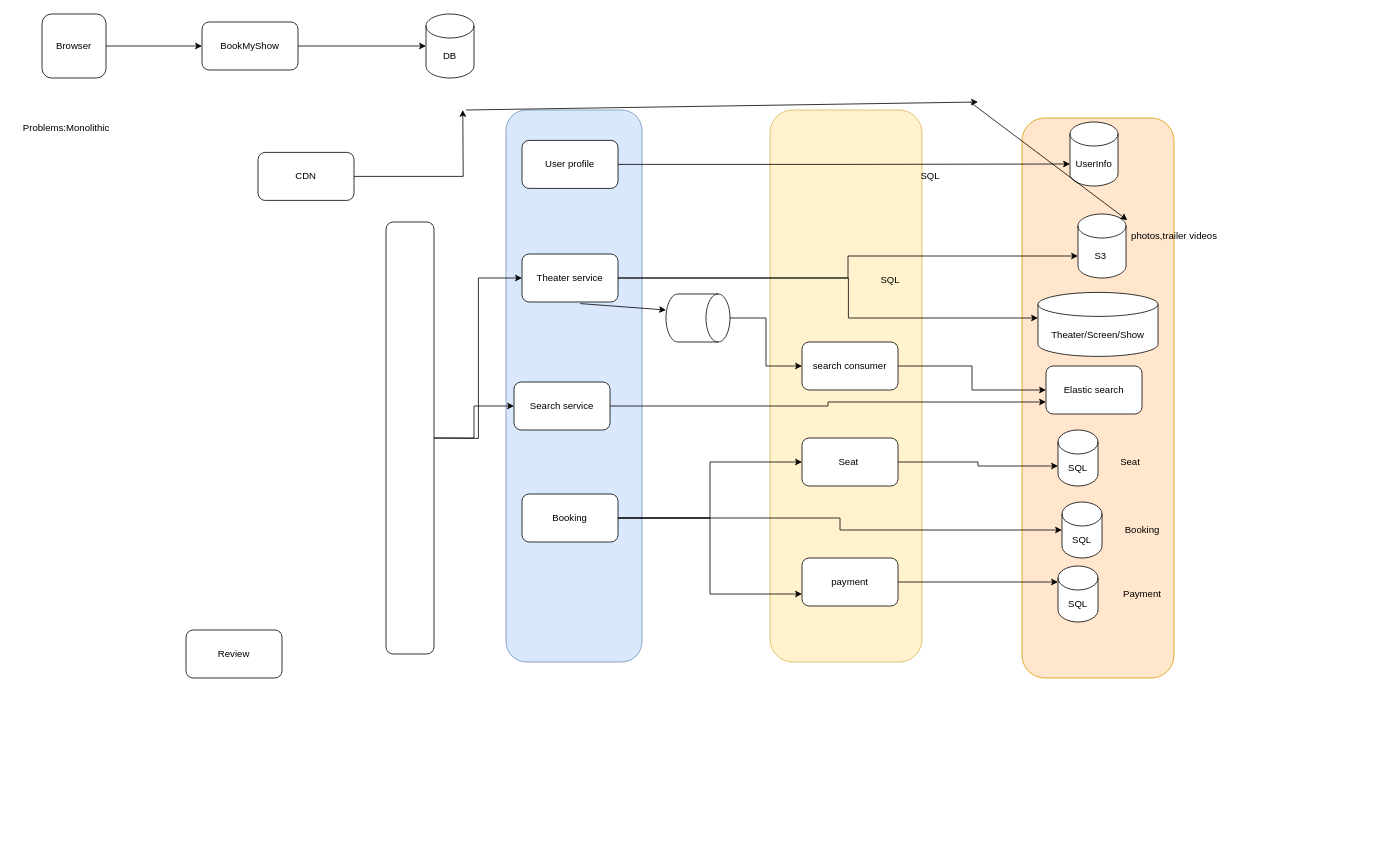
Before: bookmyshow/TicketMaster.drawio in vemarajusaikrishna/hld, a draw.io diagram. Source tidied: cells renumbered, new cells numbered last; positions are measured from the earlier drawing's top-left corner, leaving out a move shared by most shapes. Both pictures are drawn from the tidied source at 80%, with x=0, y=0 at pixel (14, 14).
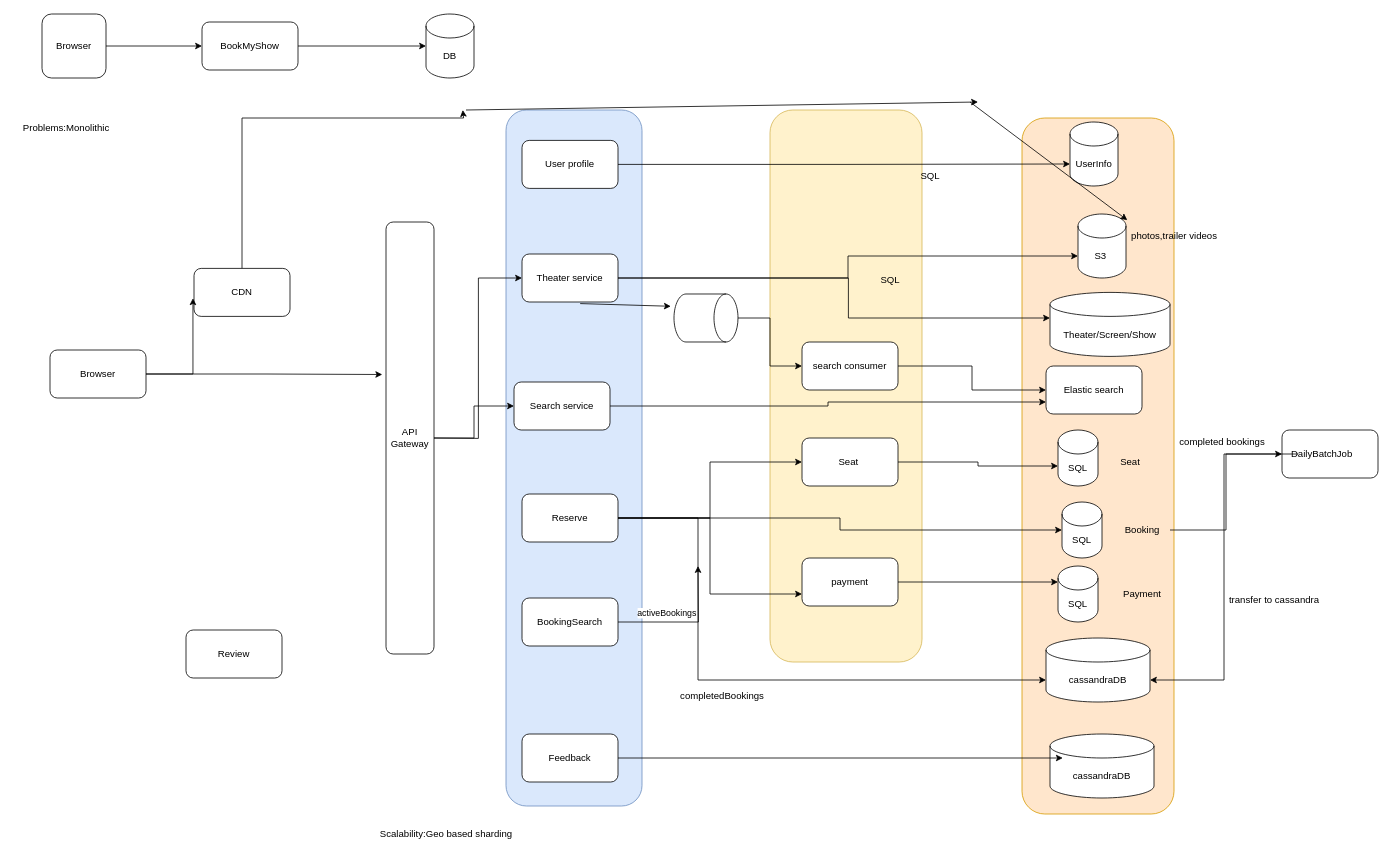
The same diagram, later.

The change refers to these unchanged cells:
```xml
<mxCell id="12" value="Theater service" style="rounded=1;whiteSpace=wrap;html=1;" parent="1" vertex="1">
  <mxGeometry x="635" y="300" width="120" height="60" as="geometry" />
</mxCell>
<mxCell id="38" style="edgeStyle=orthogonalEdgeStyle;rounded=0;jettySize=auto;html=1;" parent="1" edge="1" source="16" target="39">
  <mxGeometry relative="1" as="geometry" />
</mxCell>
<mxCell id="41" value="Booking" style="text;html=1;align=center;verticalAlign=middle;points=[];strokeColor=none;fillColor=none;" parent="1" vertex="1">
  <mxGeometry x="1375" y="630" width="70" height="30" as="geometry" />
</mxCell>
```

Change to the diagram source:
```diff
@@
     <mxCell id="2" style="rounded=1;whiteSpace=wrap;html=1;fillColor=#ffe6cc;strokeColor=#d79b00;" parent="1" vertex="1">
-      <mxGeometry x="1260" y="130" width="190" height="700" as="geometry" />
+      <mxGeometry x="1260" y="130" width="190" height="870" as="geometry" />
     </mxCell>
@@
     <mxCell id="4" style="rounded=1;whiteSpace=wrap;html=1;fillColor=#dae8fc;strokeColor=#6c8ebf;" parent="1" vertex="1">
-      <mxGeometry x="615" y="120" width="170" height="690" as="geometry" />
+      <mxGeometry x="615" y="120" width="170" height="870" as="geometry" />
     </mxCell>
@@
-    <mxCell id="16" value="Booking" style="rounded=1;whiteSpace=wrap;html=1;" parent="1" vertex="1">
+    <mxCell id="16" value="Reserve" style="rounded=1;whiteSpace=wrap;html=1;" parent="1" vertex="1">
       <mxGeometry x="635" y="600" width="120" height="60" as="geometry" />
     </mxCell>
@@
-    <mxCell id="24" style="rounded=1;whiteSpace=wrap;html=1;" parent="1" vertex="1">
+    <mxCell id="24" value="API Gateway" style="rounded=1;whiteSpace=wrap;html=1;" parent="1" vertex="1">
       <mxGeometry x="465" y="260" width="60" height="540" as="geometry" />
     </mxCell>
     <mxCell id="25" value="Theater/Screen/Show" style="shape=cylinder3;whiteSpace=wrap;html=1;boundedLbl=1;backgroundOutline=1;size=15;" parent="1" vertex="1">
-      <mxGeometry x="1280" y="348" width="150" height="80" as="geometry" />
+      <mxGeometry x="1295" y="348" width="150" height="80" as="geometry" />
     </mxCell>
@@
     <mxCell id="32" style="edgeStyle=orthogonalEdgeStyle;rounded=0;jettySize=auto;html=1;" parent="1" edge="1" source="33">
       <mxGeometry relative="1" as="geometry">
         <mxPoint x="561" y="120" as="targetPoint" />
+        <Array as="points">
+          <mxPoint x="285" y="130" />
+          <mxPoint x="562" y="130" />
+        </Array>
       </mxGeometry>
     </mxCell>
     <mxCell id="33" value="CDN" style="rounded=1;whiteSpace=wrap;html=1;" parent="1" vertex="1">
-      <mxGeometry x="305" y="173" width="120" height="60" as="geometry" />
+      <mxGeometry x="225" y="318" width="120" height="60" as="geometry" />
     </mxCell>
@@
+    <mxCell id="52" value="activeBookings" style="edgeLabel;html=1;align=center;verticalAlign=middle;" parent="38" vertex="1">
+      <mxGeometry x="-0.42" y="8" relative="1" as="geometry">
+        <mxPoint x="-105" y="126" as="offset" />
+      </mxGeometry>
+    </mxCell>
@@
+    <mxCell id="53" style="edgeStyle=orthogonalEdgeStyle;rounded=0;jettySize=auto;html=1;entryX=0;entryY=0.5;entryDx=0;entryDy=0;" parent="1" edge="1" source="41" target="54">
+      <mxGeometry relative="1" as="geometry" />
+    </mxCell>
@@
     <mxCell id="48" style="shape=cylinder3;whiteSpace=wrap;html=1;boundedLbl=1;backgroundOutline=1;size=15;rotation=90;" parent="1" vertex="1">
-      <mxGeometry x="825" y="340" width="60" height="80" as="geometry" />
+      <mxGeometry x="835" y="340" width="60" height="80" as="geometry" />
     </mxCell>
-    <mxCell id="49" style="endArrow=classic;html=1;rounded=0;exitX=0.606;exitY=1.033;exitDx=0;exitDy=0;exitPerimeter=0;" parent="1" edge="1" source="12">
-      <mxGeometry relative="1" as="geometry">
-        <mxPoint x="815" y="370" as="targetPoint" />
-      </mxGeometry>
+    <mxCell id="49" style="endArrow=classic;html=1;rounded=0;exitX=0.606;exitY=1.033;exitDx=0;exitDy=0;exitPerimeter=0;entryX=0.256;entryY=1.05;entryDx=0;entryDy=0;entryPerimeter=0;" parent="1" edge="1" source="12" target="48">
+      <mxGeometry relative="1" as="geometry" />
     </mxCell>
@@
+    <mxCell id="54" style="rounded=1;whiteSpace=wrap;html=1;" parent="1" vertex="1">
+      <mxGeometry x="1585" y="520" width="120" height="60" as="geometry" />
+    </mxCell>
+    <mxCell id="55" value="DailyBatchJob" style="text;strokeColor=none;align=center;fillColor=none;html=1;verticalAlign=middle;whiteSpace=wrap;rounded=0;" parent="1" vertex="1">
+      <mxGeometry x="1605" y="535" width="60" height="30" as="geometry" />
+    </mxCell>
+    <mxCell id="56" value="cassandraDB" style="shape=cylinder3;whiteSpace=wrap;html=1;boundedLbl=1;backgroundOutline=1;size=15;" parent="1" vertex="1">
+      <mxGeometry x="1290" y="780" width="130" height="80" as="geometry" />
+    </mxCell>
+    <mxCell id="57" style="edgeStyle=orthogonalEdgeStyle;rounded=0;jettySize=auto;html=1;entryX=1;entryY=0;entryDx=0;entryDy=52.5;entryPerimeter=0;" parent="1" edge="1" source="55" target="56">
+      <mxGeometry relative="1" as="geometry" />
+    </mxCell>
+    <mxCell id="58" value="completed bookings" style="text;html=1;align=center;verticalAlign=middle;strokeColor=none;fillColor=none;" parent="1" vertex="1">
+      <mxGeometry x="1445" y="520" width="130" height="30" as="geometry" />
+    </mxCell>
+    <mxCell id="59" value="transfer to cassandra" style="text;html=1;align=center;verticalAlign=middle;strokeColor=none;fillColor=none;" parent="1" vertex="1">
+      <mxGeometry x="1505" y="718" width="140" height="30" as="geometry" />
+    </mxCell>
+    <mxCell id="60" style="edgeStyle=orthogonalEdgeStyle;rounded=0;jettySize=auto;html=1;entryX=0;entryY=0;entryDx=0;entryDy=52.5;entryPerimeter=0;" parent="1" edge="1" source="16" target="56">
+      <mxGeometry relative="1" as="geometry">
+        <Array as="points">
+          <mxPoint x="855" y="630" />
+          <mxPoint x="855" y="833" />
+        </Array>
+      </mxGeometry>
+    </mxCell>
+    <mxCell id="61" style="edgeStyle=orthogonalEdgeStyle;rounded=0;jettySize=auto;html=1;" parent="1" edge="1" source="62">
+      <mxGeometry relative="1" as="geometry">
+        <mxPoint x="855" y="690" as="targetPoint" />
+      </mxGeometry>
+    </mxCell>
+    <mxCell id="62" value="BookingSearch" style="rounded=1;whiteSpace=wrap;html=1;" parent="1" vertex="1">
+      <mxGeometry x="635" y="730" width="120" height="60" as="geometry" />
+    </mxCell>
+    <mxCell id="63" value="completedBookings" style="text;html=1;align=center;verticalAlign=middle;strokeColor=none;fillColor=none;" parent="1" vertex="1">
+      <mxGeometry x="820" y="838" width="130" height="30" as="geometry" />
+    </mxCell>
+    <mxCell id="64" value="Browser" style="rounded=1;whiteSpace=wrap;html=1;" parent="1" vertex="1">
+      <mxGeometry x="45" y="420" width="120" height="60" as="geometry" />
+    </mxCell>
+    <mxCell id="65" style="edgeStyle=orthogonalEdgeStyle;rounded=0;jettySize=auto;html=1;entryX=-0.011;entryY=0.622;entryDx=0;entryDy=0;entryPerimeter=0;" parent="1" edge="1" source="64" target="33">
+      <mxGeometry relative="1" as="geometry" />
+    </mxCell>
+    <mxCell id="66" style="edgeStyle=orthogonalEdgeStyle;rounded=0;jettySize=auto;html=1;entryX=-0.078;entryY=0.353;entryDx=0;entryDy=0;entryPerimeter=0;" parent="1" edge="1" source="64" target="24">
+      <mxGeometry relative="1" as="geometry" />
+    </mxCell>
+    <mxCell id="67" value="Scalability:Geo based sharding" style="text;html=1;align=center;verticalAlign=middle;strokeColor=none;fillColor=none;" parent="1" vertex="1">
+      <mxGeometry x="445" y="1010" width="190" height="30" as="geometry" />
+    </mxCell>
+    <mxCell id="68" value="Feedback" style="rounded=1;whiteSpace=wrap;html=1;" parent="1" vertex="1">
+      <mxGeometry x="635" y="900" width="120" height="60" as="geometry" />
+    </mxCell>
+    <mxCell id="69" value="cassandraDB" style="shape=cylinder3;whiteSpace=wrap;html=1;boundedLbl=1;backgroundOutline=1;size=15;" parent="1" vertex="1">
+      <mxGeometry x="1295" y="900" width="130" height="80" as="geometry" />
+    </mxCell>
+    <mxCell id="70" style="edgeStyle=orthogonalEdgeStyle;rounded=0;jettySize=auto;html=1;entryX=0.123;entryY=0.375;entryDx=0;entryDy=0;entryPerimeter=0;" parent="1" edge="1" source="68" target="69">
+      <mxGeometry relative="1" as="geometry" />
+    </mxCell>
```
